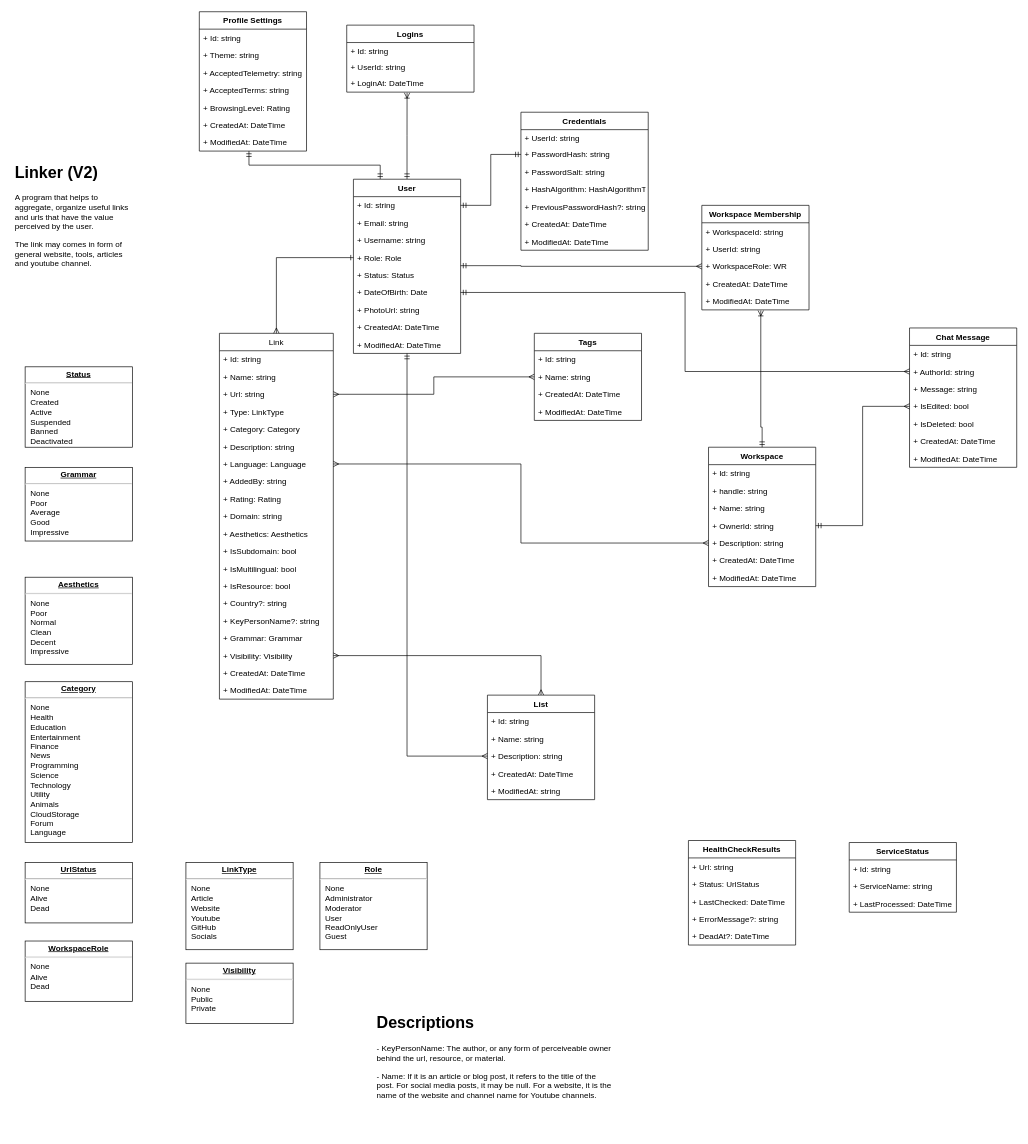
Before: page "V2 Class Diagram" (5 of 6) of docs/Linker.drawio in data-miner00/Linker, a draw.io diagram. Source tidied: cells renumbered, new cells numbered last; positions are measured from the earlier drawing's top-left corner, leaving out a move shared by most shapes. Both pictures are drawn from the tidied source at 67%, with x=0, y=0 at pixel (11, 11).
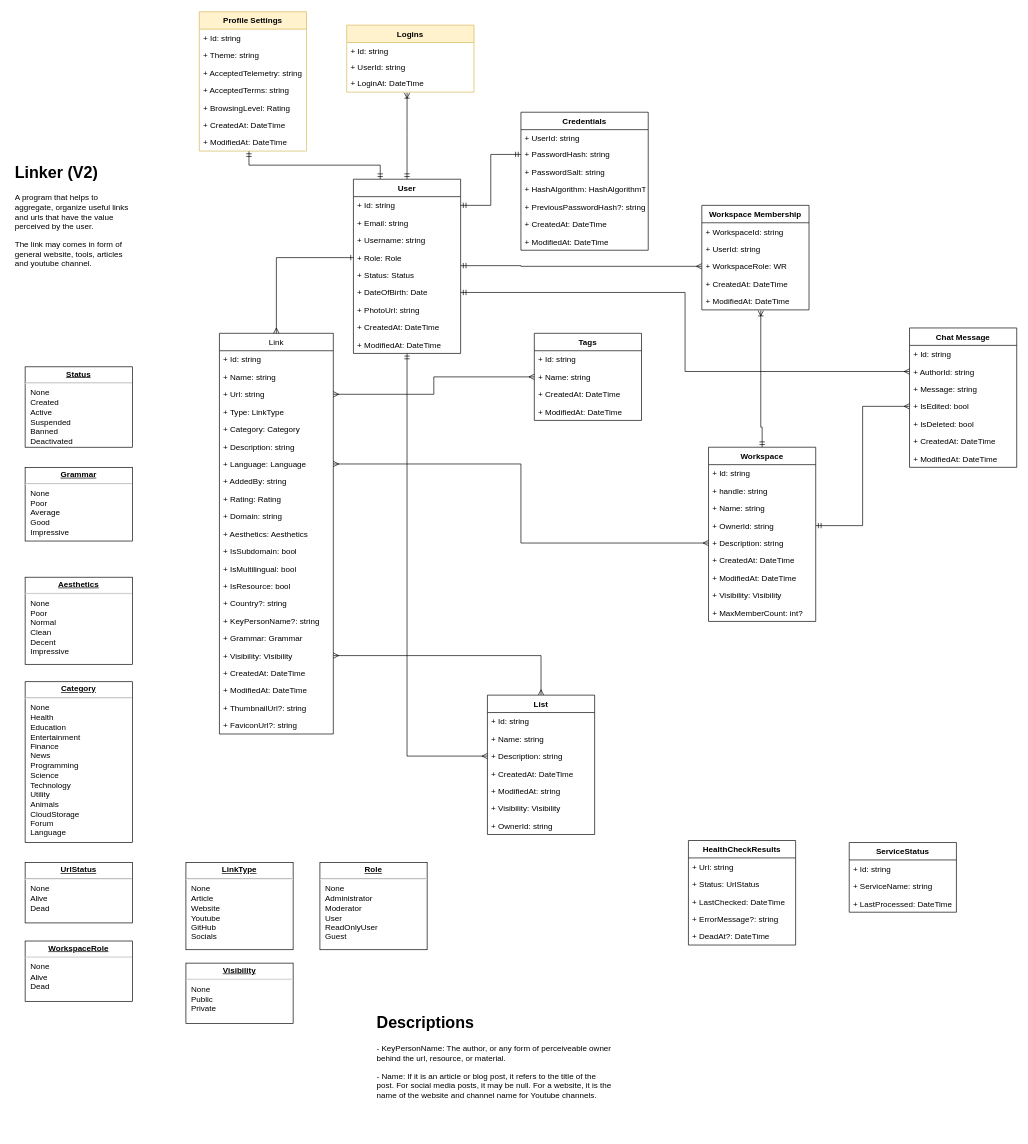
The same diagram, later.

Change to the diagram source:
```diff
@@
     <mxCell id="2" value="Link" style="swimlane;fontStyle=0;horizontal=1;startSize=26;fillColor=none;" parent="1" vertex="1">
-      <mxGeometry x="310" y="480" width="170" height="546" as="geometry" />
+      <mxGeometry x="310" y="480" width="170" height="598" as="geometry" />
     </mxCell>
@@
+    <mxCell id="119" value="+ ThumbnailUrl?: string" style="text;strokeColor=none;fillColor=none;align=left;verticalAlign=top;spacingLeft=4;spacingRight=4;overflow=hidden;" parent="2" vertex="1">
+      <mxGeometry y="546" width="170" height="26" as="geometry" />
+    </mxCell>
+    <mxCell id="120" value="+ FaviconUrl?: string" style="text;strokeColor=none;fillColor=none;align=left;verticalAlign=top;spacingLeft=4;spacingRight=4;overflow=hidden;" parent="2" vertex="1">
+      <mxGeometry y="572" width="170" height="26" as="geometry" />
+    </mxCell>
@@
     <mxCell id="56" value="Workspace" style="swimlane;fontStyle=1;align=center;verticalAlign=top;horizontal=1;startSize=26;" parent="1" vertex="1">
-      <mxGeometry x="1040" y="650" width="160" height="208" as="geometry" />
+      <mxGeometry x="1040" y="650" width="160" height="260" as="geometry" />
     </mxCell>
@@
+    <mxCell id="121" value="+ Visibility: Visibility" style="text;strokeColor=none;fillColor=none;align=left;verticalAlign=top;spacingLeft=4;spacingRight=4;overflow=hidden;" parent="56" vertex="1">
+      <mxGeometry y="208" width="160" height="26" as="geometry" />
+    </mxCell>
+    <mxCell id="122" value="+ MaxMemberCount: int?" style="text;strokeColor=none;fillColor=none;align=left;verticalAlign=top;spacingLeft=4;spacingRight=4;overflow=hidden;" parent="56" vertex="1">
+      <mxGeometry y="234" width="160" height="26" as="geometry" />
+    </mxCell>
@@
     <mxCell id="91" value="List" style="swimlane;fontStyle=1;align=center;verticalAlign=top;horizontal=1;startSize=26;" parent="1" vertex="1">
-      <mxGeometry x="710" y="1020" width="160" height="156" as="geometry" />
+      <mxGeometry x="710" y="1020" width="160" height="208" as="geometry" />
     </mxCell>
@@
+    <mxCell id="123" value="+ Visibility: Visibility" style="text;strokeColor=none;fillColor=none;align=left;verticalAlign=top;spacingLeft=4;spacingRight=4;overflow=hidden;" parent="91" vertex="1">
+      <mxGeometry y="156" width="160" height="26" as="geometry" />
+    </mxCell>
+    <mxCell id="124" value="+ OwnerId: string" style="text;strokeColor=none;fillColor=none;align=left;verticalAlign=top;spacingLeft=4;spacingRight=4;overflow=hidden;" parent="91" vertex="1">
+      <mxGeometry y="182" width="160" height="26" as="geometry" />
+    </mxCell>
-    <mxCell id="97" value="Logins" style="swimlane;fontStyle=1;align=center;verticalAlign=top;horizontal=1;startSize=26;" parent="1" vertex="1">
+    <mxCell id="97" value="Logins" style="swimlane;fontStyle=1;align=center;verticalAlign=top;horizontal=1;startSize=26;fillColor=#fff2cc;strokeColor=#d6b656;" parent="1" vertex="1">
       <mxGeometry x="500" y="20" width="190" height="100" as="geometry" />
     </mxCell>
@@
-    <mxCell id="111" value="Profile Settings" style="swimlane;fontStyle=1;align=center;verticalAlign=top;horizontal=1;startSize=26;" parent="1" vertex="1">
+    <mxCell id="111" value="Profile Settings" style="swimlane;fontStyle=1;align=center;verticalAlign=top;horizontal=1;startSize=26;fillColor=#fff2cc;strokeColor=#d6b656;" parent="1" vertex="1">
       <mxGeometry x="280" width="160" height="208" as="geometry" />
     </mxCell>
```
